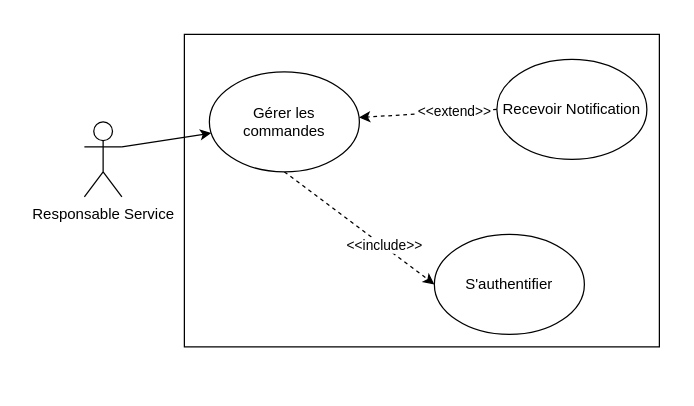
labidimahdi/diagrams keeps this draw.io diagram as rsc.drawio. Above is the earlier version. Source tidied: cells renumbered, new cells numbered last; positions are measured from the earlier drawing's top-left corner, leaving out a move shared by most shapes. Both pictures are drawn from the tidied source at 125%, with x=0, y=0 at pixel (84, 34).
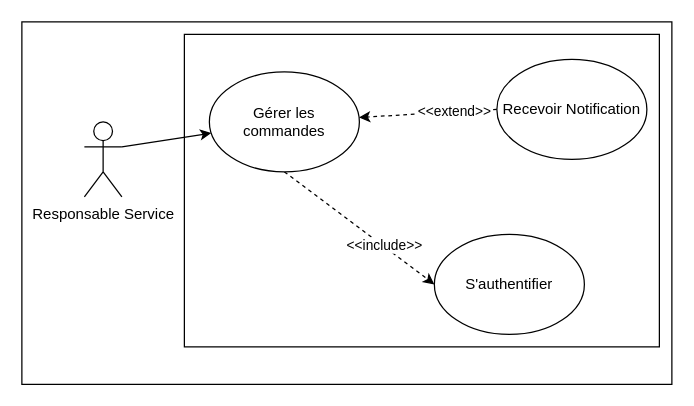
Above is the later version.

Commit message (it also covers changes not shown here):
Mettre à jour rsc.drawio

Change to the diagram source:
```diff
@@
 <mxGraphModel>
   <root>
     <mxCell id="0" />
     <mxCell id="1" parent="0" />
+    <mxCell id="12" style="rounded=0;whiteSpace=wrap;html=1;" parent="1" vertex="1">
+      <mxGeometry x="-50" y="-10" width="520" height="290" as="geometry" />
+    </mxCell>
     <mxCell id="2" style="rounded=0;whiteSpace=wrap;html=1;" parent="1" vertex="1">
       <mxGeometry x="80" width="380" height="250" as="geometry" />
     </mxCell>
     <mxCell id="3" style="rounded=0;jettySize=auto;html=1;exitX=1;exitY=0.3333333333333333;exitDx=0;exitDy=0;exitPerimeter=0;" parent="1" edge="1" source="4" target="8">
       <mxGeometry relative="1" as="geometry" />
     </mxCell>
     <mxCell id="4" value="Responsable Service" style="shape=umlActor;verticalLabelPosition=bottom;verticalAlign=top;html=1;outlineConnect=0;" parent="1" vertex="1">
       <mxGeometry y="70" width="30" height="60" as="geometry" />
     </mxCell>
     <mxCell id="5" value="S'authentifier" style="ellipse;whiteSpace=wrap;html=1;" parent="1" vertex="1">
       <mxGeometry x="280" y="160" width="120" height="80" as="geometry" />
     </mxCell>
     <mxCell id="6" style="rounded=0;jettySize=auto;html=1;exitX=0.5;exitY=1;exitDx=0;exitDy=0;entryX=0;entryY=0.5;entryDx=0;entryDy=0;dashed=1;" parent="1" edge="1" source="8" target="5">
       <mxGeometry relative="1" as="geometry" />
     </mxCell>
     <mxCell id="7" value="&amp;lt;&amp;lt;include&amp;gt;&amp;gt;" style="edgeLabel;html=1;align=center;verticalAlign=middle;" parent="6" vertex="1">
       <mxGeometry x="0.31" y="1" relative="1" as="geometry" />
     </mxCell>
     <mxCell id="8" value="Gérer les commandes" style="ellipse;whiteSpace=wrap;html=1;" parent="1" vertex="1">
       <mxGeometry x="100" y="30" width="120" height="80" as="geometry" />
     </mxCell>
     <mxCell id="9" style="rounded=0;jettySize=auto;html=1;exitX=0;exitY=0.5;exitDx=0;exitDy=0;dashed=1;" parent="1" edge="1" source="11" target="8">
       <mxGeometry relative="1" as="geometry" />
     </mxCell>
     <mxCell id="10" value="&amp;lt;&amp;lt;extend&amp;gt;&amp;gt;" style="edgeLabel;html=1;align=center;verticalAlign=middle;" parent="9" vertex="1">
       <mxGeometry x="-0.37" y="-1" relative="1" as="geometry" />
     </mxCell>
     <mxCell id="11" value="Recevoir Notification" style="ellipse;whiteSpace=wrap;html=1;" parent="1" vertex="1">
       <mxGeometry x="330" y="20" width="120" height="80" as="geometry" />
     </mxCell>
   </root>
 </mxGraphModel>
```
